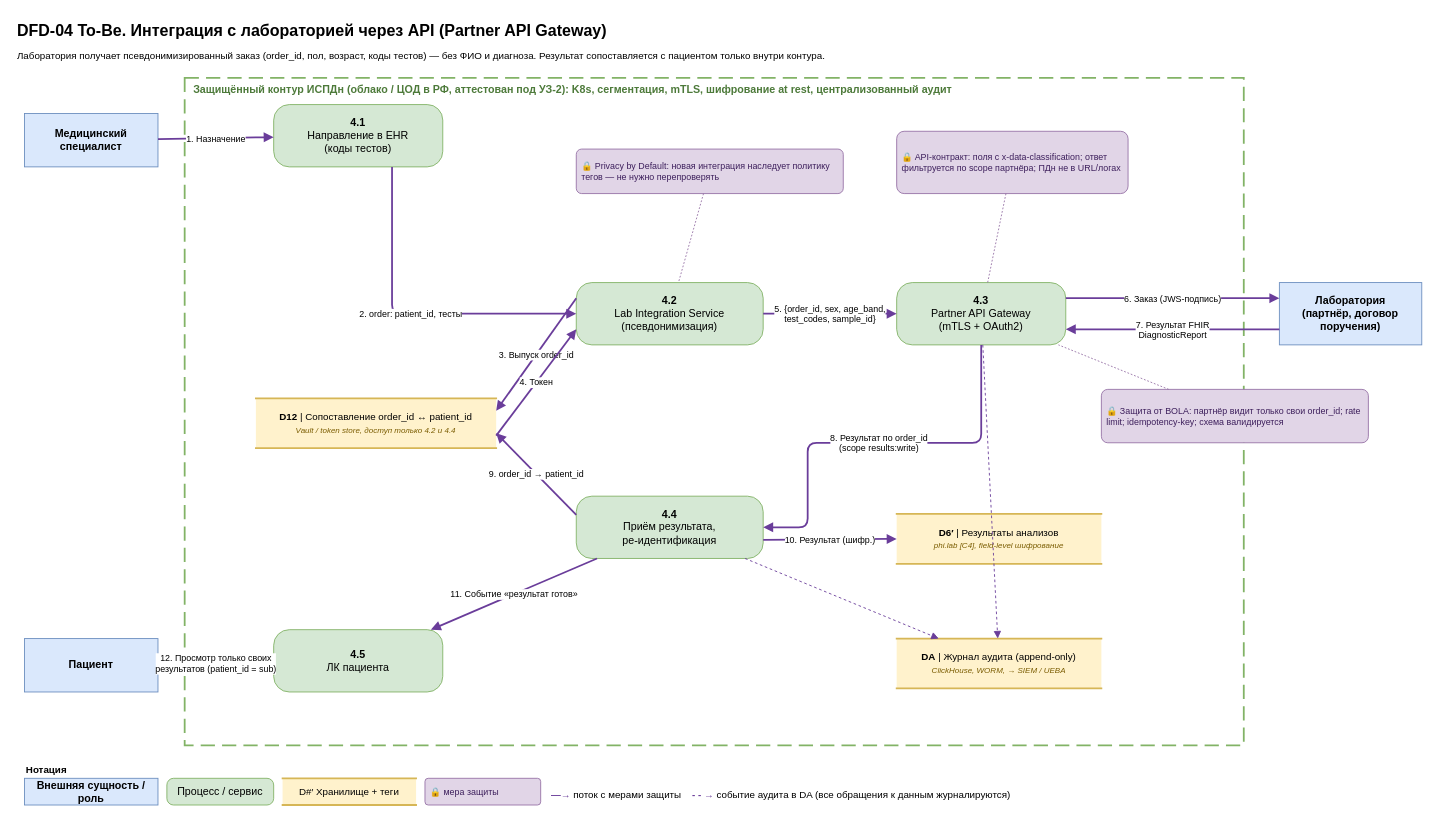
Above: Task1/dfd/DFD-04-lab-integration.drawio in SiritosKon/architecture-medikamente (draw.io), before the change. Source tidied: cells renumbered, new cells numbered last; positions are measured from the earlier drawing's top-left corner, leaving out a move shared by most shapes. Both pictures are drawn from the tidied source at 89%, with x=0, y=0 at pixel (15, 15).
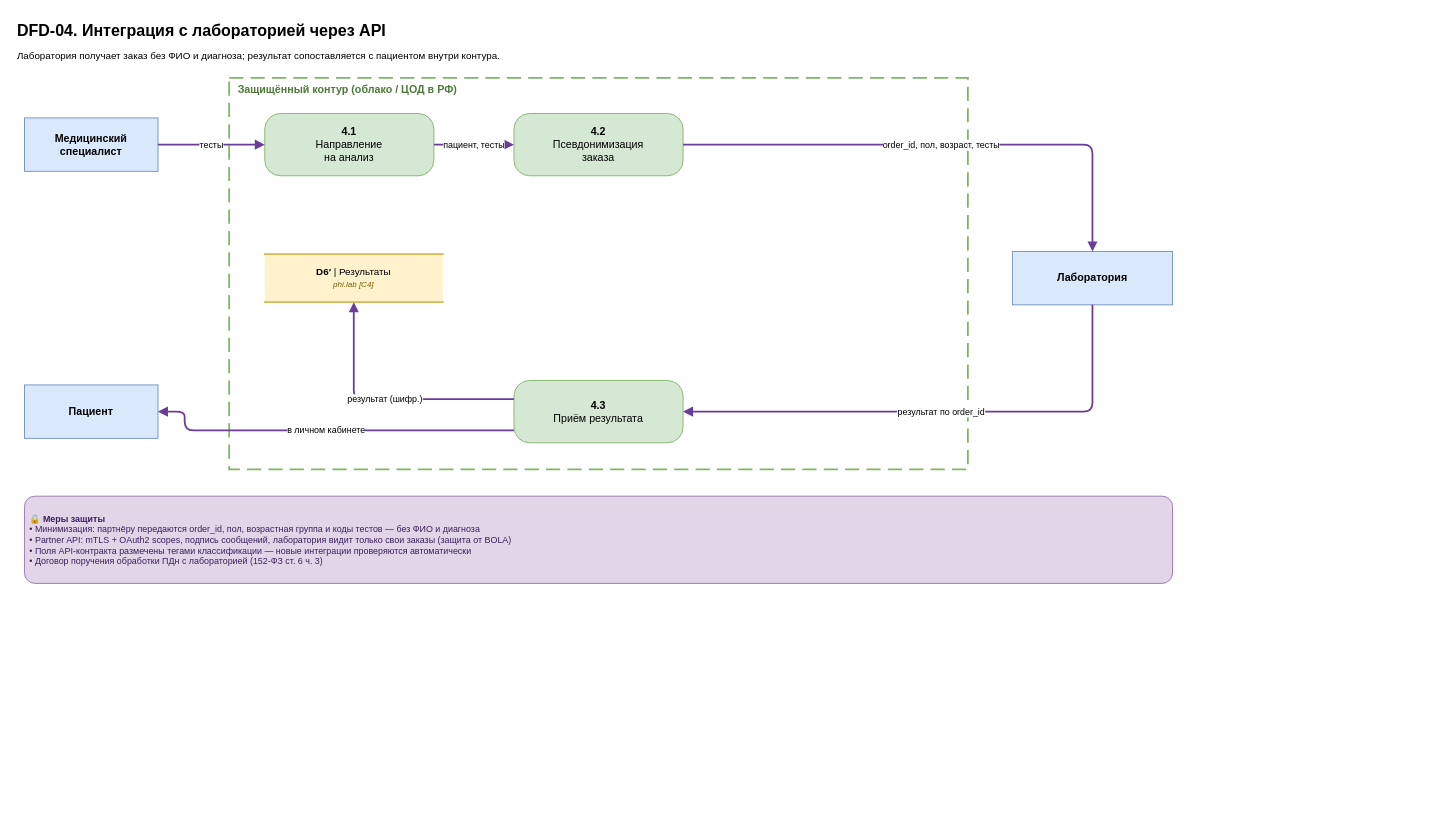
The same page after the edit.

Change to the diagram source:
```diff
@@
-    <mxCell id="2" value="DFD-04 To-Be. Интеграция с лабораторией через API (Partner API Gateway)" style="text;html=1;align=left;verticalAlign=top;fontSize=18;fontStyle=1;whiteSpace=wrap;" parent="1" vertex="1">
-      <mxGeometry width="1600" height="30" as="geometry" />
+    <mxCell id="2" value="DFD-04. Интеграция с лабораторией через API" style="text;html=1;align=left;verticalAlign=top;fontSize=18;fontStyle=1;whiteSpace=wrap;" parent="1" vertex="1">
+      <mxGeometry width="1320" height="30" as="geometry" />
     </mxCell>
-    <mxCell id="3" value="Лаборатория получает псевдонимизированный заказ (order_id, пол, возраст, коды тестов) — без ФИО и диагноза. Результат сопоставляется с пациентом только внутри контура." style="text;html=1;align=left;verticalAlign=top;fontSize=11;whiteSpace=wrap;" parent="1" vertex="1">
-      <mxGeometry y="32" width="1600" height="30" as="geometry" />
+    <mxCell id="3" value="Лаборатория получает заказ без ФИО и диагноза; результат сопоставляется с пациентом внутри контура." style="text;html=1;align=left;verticalAlign=top;fontSize=11;whiteSpace=wrap;" parent="1" vertex="1">
+      <mxGeometry y="32" width="1320" height="24" as="geometry" />
     </mxCell>
-    <mxCell id="4" value="Защищённый контур ИСПДн (облако / ЦОД в РФ, аттестован под УЗ-2): K8s, сегментация, mTLS, шифрование at rest, централизованный аудит" style="rounded=0;whiteSpace=wrap;html=1;dashed=1;dashPattern=8 4;fillColor=none;strokeColor=#82b366;strokeWidth=2;verticalAlign=top;align=left;spacingLeft=8;fontColor=#4d7a3a;fontStyle=1;fontSize=12;" parent="1" vertex="1">
-      <mxGeometry x="190" y="70" width="1190" height="750" as="geometry" />
+    <mxCell id="4" value="Защищённый контур (облако / ЦОД в РФ)" style="rounded=0;whiteSpace=wrap;html=1;dashed=1;dashPattern=8 4;fillColor=none;strokeColor=#82b366;strokeWidth=2;verticalAlign=top;align=left;spacingLeft=8;fontColor=#4d7a3a;fontStyle=1;fontSize=12;" parent="1" vertex="1">
+      <mxGeometry x="240" y="70" width="830" height="440" as="geometry" />
     </mxCell>
-    <mxCell id="5" value="&lt;b&gt;Нотация&lt;/b&gt;" style="text;html=1;align=left;verticalAlign=top;fontSize=11;whiteSpace=wrap;" parent="1" vertex="1">
-      <mxGeometry x="10" y="835" width="250" height="20" as="geometry" />
+    <mxCell id="5" value="Медицинский&lt;br&gt;специалист" style="rounded=0;whiteSpace=wrap;html=1;fillColor=#dae8fc;strokeColor=#6c8ebf;fontStyle=1;fontSize=12;" parent="1" vertex="1">
+      <mxGeometry x="10" y="115" width="150" height="60" as="geometry" />
     </mxCell>
-    <mxCell id="6" value="Внешняя сущность / роль" style="rounded=0;whiteSpace=wrap;html=1;fillColor=#dae8fc;strokeColor=#6c8ebf;fontStyle=1;fontSize=12;" parent="1" vertex="1">
-      <mxGeometry x="10" y="857" width="150" height="30" as="geometry" />
+    <mxCell id="6" value="Пациент" style="rounded=0;whiteSpace=wrap;html=1;fillColor=#dae8fc;strokeColor=#6c8ebf;fontStyle=1;fontSize=12;" parent="1" vertex="1">
+      <mxGeometry x="10" y="415" width="150" height="60" as="geometry" />
     </mxCell>
-    <mxCell id="7" value="Процесс / сервис" style="rounded=1;arcSize=25;whiteSpace=wrap;html=1;fillColor=#d5e8d4;strokeColor=#82b366;fontSize=12;" parent="1" vertex="1">
-      <mxGeometry x="170" y="857" width="120" height="30" as="geometry" />
+    <mxCell id="7" value="Лаборатория" style="rounded=0;whiteSpace=wrap;html=1;fillColor=#dae8fc;strokeColor=#6c8ebf;fontStyle=1;fontSize=12;" parent="1" vertex="1">
+      <mxGeometry x="1120" y="265" width="180" height="60" as="geometry" />
     </mxCell>
-    <mxCell id="8" value="D#′ Хранилище + теги" style="shape=partialRectangle;whiteSpace=wrap;html=1;left=0;right=0;fillColor=#fff2cc;strokeColor=#d6b656;strokeWidth=2;fontSize=11;" parent="1" vertex="1">
-      <mxGeometry x="300" y="857" width="150" height="30" as="geometry" />
+    <mxCell id="8" value="&lt;b&gt;4.1&lt;/b&gt;&lt;br&gt;Направление&lt;br&gt;на анализ" style="rounded=1;arcSize=25;whiteSpace=wrap;html=1;fillColor=#d5e8d4;strokeColor=#82b366;fontSize=12;" parent="1" vertex="1">
+      <mxGeometry x="280" y="110" width="190" height="70" as="geometry" />
     </mxCell>
-    <mxCell id="9" value="🔒 мера защиты" style="rounded=1;whiteSpace=wrap;html=1;fillColor=#e1d5e7;strokeColor=#9673a6;fontColor=#3d1f5c;fontSize=10;align=left;spacingLeft=4;arcSize=12;" parent="1" vertex="1">
-      <mxGeometry x="460" y="857" width="130" height="30" as="geometry" />
+    <mxCell id="9" value="&lt;b&gt;4.2&lt;/b&gt;&lt;br&gt;Псевдонимизация&lt;br&gt;заказа" style="rounded=1;arcSize=25;whiteSpace=wrap;html=1;fillColor=#d5e8d4;strokeColor=#82b366;fontSize=12;" parent="1" vertex="1">
+      <mxGeometry x="560" y="110" width="190" height="70" as="geometry" />
     </mxCell>
-    <mxCell id="10" value="&lt;font color=&quot;#6a3d9a&quot;&gt;&lt;b&gt;—→&lt;/b&gt;&lt;/font&gt; поток с мерами защиты &amp;nbsp;&amp;nbsp; &lt;font color=&quot;#6a3d9a&quot;&gt;&lt;b&gt;- - →&lt;/b&gt;&lt;/font&gt; событие аудита в DA (все обращения к данным журналируются)" style="text;html=1;align=left;verticalAlign=top;fontSize=11;whiteSpace=wrap;" parent="1" vertex="1">
-      <mxGeometry x="600" y="863" width="600" height="20" as="geometry" />
+    <mxCell id="10" value="&lt;b&gt;4.3&lt;/b&gt;&lt;br&gt;Приём результата" style="rounded=1;arcSize=25;whiteSpace=wrap;html=1;fillColor=#d5e8d4;strokeColor=#82b366;fontSize=12;" parent="1" vertex="1">
+      <mxGeometry x="560" y="410" width="190" height="70" as="geometry" />
     </mxCell>
-    <mxCell id="11" value="Медицинский&lt;br&gt;специалист" style="rounded=0;whiteSpace=wrap;html=1;fillColor=#dae8fc;strokeColor=#6c8ebf;fontStyle=1;fontSize=12;" parent="1" vertex="1">
-      <mxGeometry x="10" y="110" width="150" height="60" as="geometry" />
+    <mxCell id="11" value="&lt;b&gt;D6′&lt;/b&gt; | Результаты&lt;br&gt;&lt;i&gt;&lt;font style=&quot;font-size:9px&quot; color=&quot;#7a5c00&quot;&gt;phi.lab [C4]&lt;/font&gt;&lt;/i&gt;" style="shape=partialRectangle;whiteSpace=wrap;html=1;left=0;right=0;fillColor=#fff2cc;strokeColor=#d6b656;strokeWidth=2;fontSize=11;" parent="1" vertex="1">
+      <mxGeometry x="280" y="268" width="200" height="54" as="geometry" />
     </mxCell>
-    <mxCell id="12" value="Пациент" style="rounded=0;whiteSpace=wrap;html=1;fillColor=#dae8fc;strokeColor=#6c8ebf;fontStyle=1;fontSize=12;" parent="1" vertex="1">
-      <mxGeometry x="10" y="700" width="150" height="60" as="geometry" />
+    <mxCell id="12" value="тесты" style="html=1;endArrow=block;endFill=1;strokeColor=#6a3d9a;strokeWidth=2;fontSize=10;labelBackgroundColor=#ffffff;" parent="1" edge="1" source="5" target="8">
+      <mxGeometry relative="1" as="geometry" />
     </mxCell>
-    <mxCell id="13" value="Лаборатория&lt;br&gt;(партнёр, договор&lt;br&gt;поручения)" style="rounded=0;whiteSpace=wrap;html=1;fillColor=#dae8fc;strokeColor=#6c8ebf;fontStyle=1;fontSize=12;" parent="1" vertex="1">
-      <mxGeometry x="1420" y="300" width="160" height="70" as="geometry" />
+    <mxCell id="13" value="пациент, тесты" style="html=1;endArrow=block;endFill=1;strokeColor=#6a3d9a;strokeWidth=2;fontSize=10;labelBackgroundColor=#ffffff;" parent="1" edge="1" source="8" target="9">
+      <mxGeometry relative="1" as="geometry" />
     </mxCell>
-    <mxCell id="14" value="&lt;b&gt;4.1&lt;/b&gt;&lt;br&gt;Направление в EHR&lt;br&gt;(коды тестов)" style="rounded=1;arcSize=25;whiteSpace=wrap;html=1;fillColor=#d5e8d4;strokeColor=#82b366;fontSize=12;" parent="1" vertex="1">
-      <mxGeometry x="290" y="100" width="190" height="70" as="geometry" />
+    <mxCell id="14" value="order_id, пол, возраст, тесты" style="html=1;endArrow=block;endFill=1;strokeColor=#6a3d9a;strokeWidth=2;fontSize=10;labelBackgroundColor=#ffffff;exitX=1;exitY=0.5;exitDx=0;exitDy=0;entryX=0.5;entryY=0;entryDx=0;entryDy=0;" parent="1" edge="1" source="9" target="7">
+      <mxGeometry relative="1" as="geometry">
+        <Array as="points">
+          <mxPoint x="1210" y="145" />
+        </Array>
+      </mxGeometry>
     </mxCell>
-    <mxCell id="15" value="&lt;b&gt;4.2&lt;/b&gt;&lt;br&gt;Lab Integration Service&lt;br&gt;(псевдонимизация)" style="rounded=1;arcSize=25;whiteSpace=wrap;html=1;fillColor=#d5e8d4;strokeColor=#82b366;fontSize=12;" parent="1" vertex="1">
-      <mxGeometry x="630" y="300" width="210" height="70" as="geometry" />
+    <mxCell id="15" value="результат по order_id" style="html=1;endArrow=block;endFill=1;strokeColor=#6a3d9a;strokeWidth=2;fontSize=10;labelBackgroundColor=#ffffff;exitX=0.5;exitY=1;exitDx=0;exitDy=0;entryX=1;entryY=0.5;entryDx=0;entryDy=0;" parent="1" edge="1" source="7" target="10">
+      <mxGeometry relative="1" as="geometry">
+        <Array as="points">
+          <mxPoint x="1210" y="445" />
+        </Array>
+      </mxGeometry>
     </mxCell>
-    <mxCell id="16" value="&lt;b&gt;4.3&lt;/b&gt;&lt;br&gt;Partner API Gateway&lt;br&gt;(mTLS + OAuth2)" style="rounded=1;arcSize=25;whiteSpace=wrap;html=1;fillColor=#d5e8d4;strokeColor=#82b366;fontSize=12;" parent="1" vertex="1">
-      <mxGeometry x="990" y="300" width="190" height="70" as="geometry" />
+    <mxCell id="16" value="результат (шифр.)" style="html=1;endArrow=block;endFill=1;strokeColor=#6a3d9a;strokeWidth=2;fontSize=10;labelBackgroundColor=#ffffff;exitX=0;exitY=0.3;exitDx=0;exitDy=0;entryX=0.5;entryY=1;entryDx=0;entryDy=0;" parent="1" edge="1" source="10" target="11">
+      <mxGeometry relative="1" as="geometry">
+        <Array as="points">
+          <mxPoint x="380" y="431" />
+        </Array>
+      </mxGeometry>
     </mxCell>
-    <mxCell id="17" value="&lt;b&gt;4.4&lt;/b&gt;&lt;br&gt;Приём результата,&lt;br&gt;ре-идентификация" style="rounded=1;arcSize=25;whiteSpace=wrap;html=1;fillColor=#d5e8d4;strokeColor=#82b366;fontSize=12;" parent="1" vertex="1">
-      <mxGeometry x="630" y="540" width="210" height="70" as="geometry" />
+    <mxCell id="17" value="в личном кабинете" style="html=1;endArrow=block;endFill=1;strokeColor=#6a3d9a;strokeWidth=2;fontSize=10;labelBackgroundColor=#ffffff;exitX=0;exitY=0.8;exitDx=0;exitDy=0;entryX=1;entryY=0.5;entryDx=0;entryDy=0;" parent="1" edge="1" source="10" target="6">
+      <mxGeometry relative="1" as="geometry">
+        <Array as="points">
+          <mxPoint x="190" y="466" />
+          <mxPoint x="190" y="445" />
+        </Array>
+      </mxGeometry>
     </mxCell>
-    <mxCell id="18" value="&lt;b&gt;4.5&lt;/b&gt;&lt;br&gt;ЛК пациента" style="rounded=1;arcSize=25;whiteSpace=wrap;html=1;fillColor=#d5e8d4;strokeColor=#82b366;fontSize=12;" parent="1" vertex="1">
-      <mxGeometry x="290" y="690" width="190" height="70" as="geometry" />
+    <mxCell id="18" value="&lt;b&gt;🔒 Меры защиты&lt;/b&gt;&lt;br&gt;• Минимизация: партнёру передаются order_id, пол, возрастная группа и коды тестов — без ФИО и диагноза&lt;br&gt;• Partner API: mTLS + OAuth2 scopes, подпись сообщений, лаборатория видит только свои заказы (защита от BOLA)&lt;br&gt;• Поля API-контракта размечены тегами классификации — новые интеграции проверяются автоматически&lt;br&gt;• Договор поручения обработки ПДн с лабораторией (152-ФЗ ст. 6 ч. 3)" style="rounded=1;whiteSpace=wrap;html=1;fillColor=#e1d5e7;strokeColor=#9673a6;fontColor=#3d1f5c;fontSize=10;align=left;spacingLeft=4;arcSize=12;" parent="1" vertex="1">
+      <mxGeometry x="10" y="540" width="1290" height="98" as="geometry" />
     </mxCell>
-    <mxCell id="19" value="&lt;b&gt;D12&lt;/b&gt; | Сопоставление order_id ↔ patient_id&lt;br&gt;&lt;i&gt;&lt;font style=&quot;font-size:9px&quot; color=&quot;#7a5c00&quot;&gt;Vault / token store, доступ только 4.2 и 4.4&lt;/font&gt;&lt;/i&gt;" style="shape=partialRectangle;whiteSpace=wrap;html=1;left=0;right=0;fillColor=#fff2cc;strokeColor=#d6b656;strokeWidth=2;fontSize=11;" parent="1" vertex="1">
-      <mxGeometry x="270" y="430" width="270" height="56" as="geometry" />
-    </mxCell>
-    <mxCell id="20" value="&lt;b&gt;D6′&lt;/b&gt; | Результаты анализов&lt;br&gt;&lt;i&gt;&lt;font style=&quot;font-size:9px&quot; color=&quot;#7a5c00&quot;&gt;phi.lab [C4], field-level шифрование&lt;/font&gt;&lt;/i&gt;" style="shape=partialRectangle;whiteSpace=wrap;html=1;left=0;right=0;fillColor=#fff2cc;strokeColor=#d6b656;strokeWidth=2;fontSize=11;" parent="1" vertex="1">
-      <mxGeometry x="990" y="560" width="230" height="56" as="geometry" />
-    </mxCell>
-    <mxCell id="21" value="1. Назначение" style="html=1;endArrow=block;endFill=1;strokeColor=#6a3d9a;strokeWidth=2;fontSize=10;labelBackgroundColor=#ffffff;" parent="1" edge="1" source="11" target="14">
-      <mxGeometry relative="1" as="geometry" />
-    </mxCell>
-    <mxCell id="22" value="2. order: patient_id, тесты" style="html=1;endArrow=block;endFill=1;strokeColor=#6a3d9a;strokeWidth=2;fontSize=10;labelBackgroundColor=#ffffff;exitX=0.7;exitY=1;exitDx=0;exitDy=0;entryX=0;entryY=0.5;entryDx=0;entryDy=0;" parent="1" edge="1" source="14" target="15">
-      <mxGeometry relative="1" as="geometry">
-        <Array as="points">
-          <mxPoint x="423" y="335" />
-        </Array>
-      </mxGeometry>
-    </mxCell>
-    <mxCell id="23" value="3. Выпуск order_id" style="html=1;endArrow=block;endFill=1;strokeColor=#6a3d9a;strokeWidth=2;fontSize=10;labelBackgroundColor=#ffffff;exitX=0;exitY=0.24999999999999997;exitDx=0;exitDy=0;entryX=1;entryY=0.24999999999999997;entryDx=0;entryDy=0;" parent="1" edge="1" source="15" target="19">
-      <mxGeometry relative="1" as="geometry" />
-    </mxCell>
-    <mxCell id="24" value="4. Токен" style="html=1;endArrow=block;endFill=1;strokeColor=#6a3d9a;strokeWidth=2;fontSize=10;labelBackgroundColor=#ffffff;exitX=1;exitY=0.75;exitDx=0;exitDy=0;entryX=0;entryY=0.75;entryDx=0;entryDy=0;" parent="1" edge="1" source="19" target="15">
-      <mxGeometry relative="1" as="geometry" />
-    </mxCell>
-    <mxCell id="25" value="5. {order_id, sex, age_band,&lt;br&gt;test_codes, sample_id}" style="html=1;endArrow=block;endFill=1;strokeColor=#6a3d9a;strokeWidth=2;fontSize=10;labelBackgroundColor=#ffffff;" parent="1" edge="1" source="15" target="16">
-      <mxGeometry relative="1" as="geometry" />
-    </mxCell>
-    <mxCell id="26" value="6. Заказ (JWS-подпись)" style="html=1;endArrow=block;endFill=1;strokeColor=#6a3d9a;strokeWidth=2;fontSize=10;labelBackgroundColor=#ffffff;exitX=1;exitY=0.24999999999999997;exitDx=0;exitDy=0;entryX=0;entryY=0.24999999999999997;entryDx=0;entryDy=0;" parent="1" edge="1" source="16" target="13">
-      <mxGeometry relative="1" as="geometry" />
-    </mxCell>
-    <mxCell id="27" value="7. Результат FHIR&lt;br&gt;DiagnosticReport" style="html=1;endArrow=block;endFill=1;strokeColor=#6a3d9a;strokeWidth=2;fontSize=10;labelBackgroundColor=#ffffff;exitX=0;exitY=0.75;exitDx=0;exitDy=0;entryX=1;entryY=0.75;entryDx=0;entryDy=0;" parent="1" edge="1" source="13" target="16">
-      <mxGeometry relative="1" as="geometry" />
-    </mxCell>
-    <mxCell id="28" value="8. Результат по order_id&lt;br&gt;(scope results:write)" style="html=1;endArrow=block;endFill=1;strokeColor=#6a3d9a;strokeWidth=2;fontSize=10;labelBackgroundColor=#ffffff;exitX=0.5;exitY=1;exitDx=0;exitDy=0;entryX=1;entryY=0.5;entryDx=0;entryDy=0;" parent="1" edge="1" source="16" target="17">
-      <mxGeometry relative="1" as="geometry">
-        <Array as="points">
-          <mxPoint x="1085" y="480" />
-          <mxPoint x="890" y="480" />
-          <mxPoint x="890" y="575" />
-        </Array>
-      </mxGeometry>
-    </mxCell>
-    <mxCell id="29" value="9. order_id → patient_id" style="html=1;endArrow=block;endFill=1;strokeColor=#6a3d9a;strokeWidth=2;fontSize=10;labelBackgroundColor=#ffffff;exitX=0;exitY=0.3;exitDx=0;exitDy=0;entryX=1;entryY=0.7;entryDx=0;entryDy=0;" parent="1" edge="1" source="17" target="19">
-      <mxGeometry relative="1" as="geometry" />
-    </mxCell>
-    <mxCell id="30" value="10. Результат (шифр.)" style="html=1;endArrow=block;endFill=1;strokeColor=#6a3d9a;strokeWidth=2;fontSize=10;labelBackgroundColor=#ffffff;exitX=1;exitY=0.7;exitDx=0;exitDy=0;entryX=0;entryY=0.5;entryDx=0;entryDy=0;" parent="1" edge="1" source="17" target="20">
-      <mxGeometry relative="1" as="geometry" />
-    </mxCell>
-    <mxCell id="31" value="11. Событие «результат готов»" style="html=1;endArrow=block;endFill=1;strokeColor=#6a3d9a;strokeWidth=2;fontSize=10;labelBackgroundColor=#ffffff;" parent="1" edge="1" source="17" target="18">
-      <mxGeometry relative="1" as="geometry" />
-    </mxCell>
-    <mxCell id="32" value="12. Просмотр только своих&lt;br&gt;результатов (patient_id = sub)" style="html=1;endArrow=block;endFill=1;strokeColor=#6a3d9a;strokeWidth=2;fontSize=10;labelBackgroundColor=#ffffff;" parent="1" edge="1" source="18" target="12">
-      <mxGeometry relative="1" as="geometry" />
-    </mxCell>
-    <mxCell id="33" value="&lt;b&gt;DA&lt;/b&gt; | Журнал аудита (append-only)&lt;br&gt;&lt;i&gt;&lt;font style=&quot;font-size:9px&quot; color=&quot;#7a5c00&quot;&gt;ClickHouse, WORM, → SIEM / UEBA&lt;/font&gt;&lt;/i&gt;" style="shape=partialRectangle;whiteSpace=wrap;html=1;left=0;right=0;fillColor=#fff2cc;strokeColor=#d6b656;strokeWidth=2;fontSize=11;" parent="1" vertex="1">
-      <mxGeometry x="990" y="700" width="230" height="56" as="geometry" />
-    </mxCell>
-    <mxCell id="34" style="html=1;endArrow=block;endFill=1;strokeColor=#6a3d9a;dashed=1;fontSize=10;fontColor=#4b2a70;labelBackgroundColor=#ffffff;" parent="1" edge="1" source="16" target="33">
-      <mxGeometry relative="1" as="geometry" />
-    </mxCell>
-    <mxCell id="35" style="html=1;endArrow=block;endFill=1;strokeColor=#6a3d9a;dashed=1;fontSize=10;fontColor=#4b2a70;labelBackgroundColor=#ffffff;" parent="1" edge="1" source="17" target="33">
-      <mxGeometry relative="1" as="geometry" />
-    </mxCell>
-    <mxCell id="36" value="🔒 API-контракт: поля с x-data-classification; ответ фильтруется по scope партнёра; ПДн не в URL/логах" style="rounded=1;whiteSpace=wrap;html=1;fillColor=#e1d5e7;strokeColor=#9673a6;fontColor=#3d1f5c;fontSize=10;align=left;spacingLeft=4;arcSize=12;" parent="1" vertex="1">
-      <mxGeometry x="990" y="130" width="260" height="70" as="geometry" />
-    </mxCell>
-    <mxCell id="37" style="html=1;endArrow=none;strokeColor=#9673a6;dashed=1;dashPattern=2 2;" parent="1" edge="1" source="36" target="16">
-      <mxGeometry relative="1" as="geometry" />
-    </mxCell>
-    <mxCell id="38" value="🔒 Защита от BOLA: партнёр видит только свои order_id; rate limit; idempotency-key; схема валидируется" style="rounded=1;whiteSpace=wrap;html=1;fillColor=#e1d5e7;strokeColor=#9673a6;fontColor=#3d1f5c;fontSize=10;align=left;spacingLeft=4;arcSize=12;" parent="1" vertex="1">
-      <mxGeometry x="1220" y="420" width="300" height="60" as="geometry" />
-    </mxCell>
-    <mxCell id="39" style="html=1;endArrow=none;strokeColor=#9673a6;dashed=1;dashPattern=2 2;" parent="1" edge="1" source="38" target="16">
-      <mxGeometry relative="1" as="geometry" />
-    </mxCell>
-    <mxCell id="40" value="🔒 Privacy by Default: новая интеграция наследует политику тегов — не нужно перепроверять" style="rounded=1;whiteSpace=wrap;html=1;fillColor=#e1d5e7;strokeColor=#9673a6;fontColor=#3d1f5c;fontSize=10;align=left;spacingLeft=4;arcSize=12;" parent="1" vertex="1">
-      <mxGeometry x="630" y="150" width="300" height="50" as="geometry" />
-    </mxCell>
-    <mxCell id="41" style="html=1;endArrow=none;strokeColor=#9673a6;dashed=1;dashPattern=2 2;" parent="1" edge="1" source="40" target="15">
-      <mxGeometry relative="1" as="geometry" />
-    </mxCell>
```
